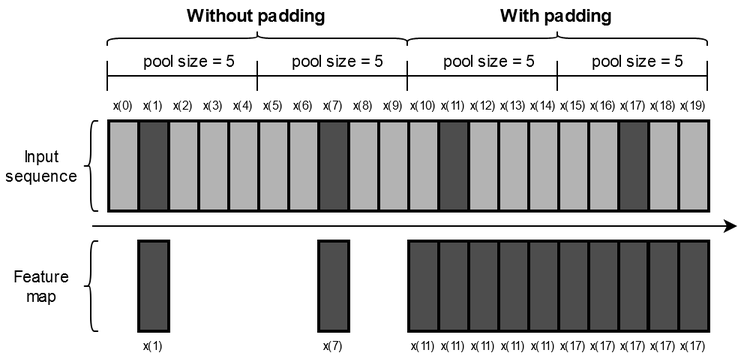
Above: Images/maxpooling.png in tomasbogalho/Tom-s-Bogalho-MSc-Thesis-New (draw.io), before the change. Source tidied: cells renumbered, new cells last; positions are measured from the earlier drawing's top-left corner, leaving out a move shared by most shapes.
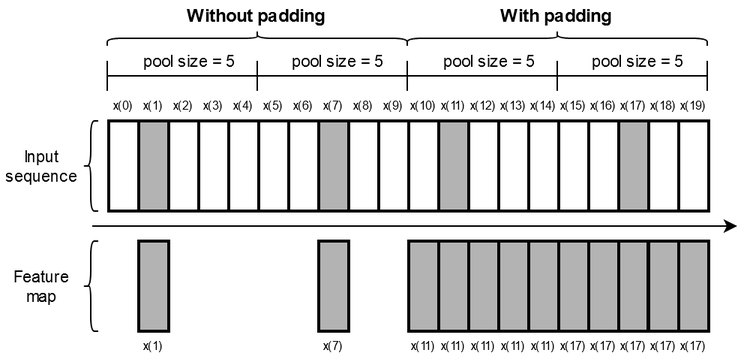
Later version of the same file.

The edit, as a diff of the source:
```diff
@@ -2,40 +2,40 @@
   <root>
     <mxCell id="0" />
     <mxCell id="1" parent="0" />
-    <mxCell id="2" style="rounded=0;whiteSpace=wrap;html=1;strokeWidth=2;fontColor=#333333;fillColor=#B3B3B3;" parent="1" vertex="1">
+    <mxCell id="2" style="rounded=0;whiteSpace=wrap;html=1;strokeWidth=2;fontColor=#333333;fillColor=none;" parent="1" vertex="1">
       <mxGeometry x="132" y="80" width="20" height="60" as="geometry" />
     </mxCell>
-    <mxCell id="3" style="rounded=0;whiteSpace=wrap;html=1;strokeWidth=2;fontColor=#333333;fillColor=#B3B3B3;" parent="1" vertex="1">
+    <mxCell id="3" style="rounded=0;whiteSpace=wrap;html=1;strokeWidth=2;fontColor=#333333;fillColor=none;" parent="1" vertex="1">
       <mxGeometry x="152" y="80" width="20" height="60" as="geometry" />
     </mxCell>
-    <mxCell id="4" style="rounded=0;whiteSpace=wrap;html=1;strokeWidth=2;fontColor=#333333;fillColor=#B3B3B3;" parent="1" vertex="1">
+    <mxCell id="4" style="rounded=0;whiteSpace=wrap;html=1;strokeWidth=2;fontColor=#333333;fillColor=none;" parent="1" vertex="1">
       <mxGeometry x="172" y="80" width="20" height="60" as="geometry" />
     </mxCell>
-    <mxCell id="5" style="rounded=0;whiteSpace=wrap;html=1;strokeWidth=2;fontColor=#333333;fillColor=#B3B3B3;" parent="1" vertex="1">
+    <mxCell id="5" style="rounded=0;whiteSpace=wrap;html=1;strokeWidth=2;fontColor=#333333;fillColor=none;" parent="1" vertex="1">
       <mxGeometry x="192" y="80" width="20" height="60" as="geometry" />
     </mxCell>
-    <mxCell id="6" style="rounded=0;whiteSpace=wrap;html=1;strokeWidth=2;fillColor=#4D4D4D;" parent="1" vertex="1">
+    <mxCell id="6" style="rounded=0;whiteSpace=wrap;html=1;strokeWidth=2;fillColor=#B3B3B3;" parent="1" vertex="1">
       <mxGeometry x="212" y="80" width="20" height="60" as="geometry" />
     </mxCell>
-    <mxCell id="7" style="rounded=0;whiteSpace=wrap;html=1;strokeWidth=2;fillColor=#B3B3B3;" parent="1" vertex="1">
+    <mxCell id="7" style="rounded=0;whiteSpace=wrap;html=1;strokeWidth=2;fillColor=none;" parent="1" vertex="1">
       <mxGeometry x="232" y="80" width="20" height="60" as="geometry" />
     </mxCell>
-    <mxCell id="8" style="rounded=0;whiteSpace=wrap;html=1;strokeWidth=2;fillColor=#B3B3B3;" parent="1" vertex="1">
+    <mxCell id="8" style="rounded=0;whiteSpace=wrap;html=1;strokeWidth=2;fillColor=none;" parent="1" vertex="1">
       <mxGeometry x="252" y="80" width="20" height="60" as="geometry" />
     </mxCell>
-    <mxCell id="9" style="rounded=0;whiteSpace=wrap;html=1;strokeWidth=2;fillColor=#4D4D4D;" parent="1" vertex="1">
+    <mxCell id="9" style="rounded=0;whiteSpace=wrap;html=1;strokeWidth=2;fillColor=#B3B3B3;" parent="1" vertex="1">
       <mxGeometry x="92" y="160" width="20" height="60" as="geometry" />
     </mxCell>
-    <mxCell id="10" style="rounded=0;whiteSpace=wrap;html=1;strokeWidth=2;fillColor=#4D4D4D;" parent="1" vertex="1">
+    <mxCell id="10" style="rounded=0;whiteSpace=wrap;html=1;strokeWidth=2;fillColor=#B3B3B3;" parent="1" vertex="1">
       <mxGeometry x="212" y="160" width="20" height="60" as="geometry" />
     </mxCell>
-    <mxCell id="11" style="rounded=0;whiteSpace=wrap;html=1;strokeWidth=2;fillColor=#B3B3B3;" parent="1" vertex="1">
+    <mxCell id="11" style="rounded=0;whiteSpace=wrap;html=1;strokeWidth=2;fillColor=none;" parent="1" vertex="1">
       <mxGeometry x="72" y="80" width="20" height="60" as="geometry" />
     </mxCell>
-    <mxCell id="12" style="rounded=0;whiteSpace=wrap;html=1;strokeWidth=2;fillColor=#4D4D4D;" parent="1" vertex="1">
+    <mxCell id="12" style="rounded=0;whiteSpace=wrap;html=1;strokeWidth=2;fillColor=#B3B3B3;" parent="1" vertex="1">
       <mxGeometry x="92" y="80" width="20" height="60" as="geometry" />
     </mxCell>
-    <mxCell id="13" style="rounded=0;whiteSpace=wrap;html=1;strokeWidth=2;fontColor=#333333;fillColor=#B3B3B3;" parent="1" vertex="1">
+    <mxCell id="13" style="rounded=0;whiteSpace=wrap;html=1;strokeWidth=2;fontColor=#333333;fillColor=none;" parent="1" vertex="1">
       <mxGeometry x="112" y="80" width="20" height="60" as="geometry" />
     </mxCell>
     <mxCell id="14" value="&lt;font style=&quot;font-size: 8px;&quot;&gt;x(0)&lt;/font&gt;" style="text;html=1;strokeColor=none;fillColor=none;align=center;verticalAlign=middle;whiteSpace=wrap;rounded=0;dashed=1;fontSize=8;" parent="1" vertex="1">
@@ -104,40 +104,40 @@
     <mxCell id="34" value="pool size = 5" style="text;html=1;strokeColor=none;fillColor=none;align=center;verticalAlign=middle;whiteSpace=wrap;rounded=0;fontSize=11;" parent="1" vertex="1">
       <mxGeometry x="180" y="30" width="90" height="20" as="geometry" />
     </mxCell>
-    <mxCell id="35" style="rounded=0;whiteSpace=wrap;html=1;strokeWidth=2;fontColor=#333333;fillColor=#B3B3B3;" parent="1" vertex="1">
+    <mxCell id="35" style="rounded=0;whiteSpace=wrap;html=1;strokeWidth=2;fontColor=#333333;fillColor=none;" parent="1" vertex="1">
       <mxGeometry x="332" y="80" width="20" height="60" as="geometry" />
     </mxCell>
-    <mxCell id="36" style="rounded=0;whiteSpace=wrap;html=1;strokeWidth=2;fontColor=#333333;fillColor=#B3B3B3;" parent="1" vertex="1">
+    <mxCell id="36" style="rounded=0;whiteSpace=wrap;html=1;strokeWidth=2;fontColor=#333333;fillColor=none;" parent="1" vertex="1">
       <mxGeometry x="352" y="80" width="20" height="60" as="geometry" />
     </mxCell>
-    <mxCell id="37" style="rounded=0;whiteSpace=wrap;html=1;strokeWidth=2;fontColor=#333333;fillColor=#B3B3B3;" parent="1" vertex="1">
+    <mxCell id="37" style="rounded=0;whiteSpace=wrap;html=1;strokeWidth=2;fontColor=#333333;fillColor=none;" parent="1" vertex="1">
       <mxGeometry x="372" y="80" width="20" height="60" as="geometry" />
     </mxCell>
-    <mxCell id="38" style="rounded=0;whiteSpace=wrap;html=1;strokeWidth=2;fontColor=#333333;fillColor=#B3B3B3;" parent="1" vertex="1">
+    <mxCell id="38" style="rounded=0;whiteSpace=wrap;html=1;strokeWidth=2;fontColor=#333333;fillColor=none;" parent="1" vertex="1">
       <mxGeometry x="392" y="80" width="20" height="60" as="geometry" />
     </mxCell>
-    <mxCell id="39" style="rounded=0;whiteSpace=wrap;html=1;strokeWidth=2;fillColor=#4D4D4D;" parent="1" vertex="1">
+    <mxCell id="39" style="rounded=0;whiteSpace=wrap;html=1;strokeWidth=2;fillColor=#B3B3B3;" parent="1" vertex="1">
       <mxGeometry x="412" y="80" width="20" height="60" as="geometry" />
     </mxCell>
-    <mxCell id="40" style="rounded=0;whiteSpace=wrap;html=1;strokeWidth=2;fillColor=#B3B3B3;" parent="1" vertex="1">
+    <mxCell id="40" style="rounded=0;whiteSpace=wrap;html=1;strokeWidth=2;fillColor=none;" parent="1" vertex="1">
       <mxGeometry x="432" y="80" width="20" height="60" as="geometry" />
     </mxCell>
-    <mxCell id="41" style="rounded=0;whiteSpace=wrap;html=1;strokeWidth=2;fillColor=#B3B3B3;" parent="1" vertex="1">
+    <mxCell id="41" style="rounded=0;whiteSpace=wrap;html=1;strokeWidth=2;fillColor=none;" parent="1" vertex="1">
       <mxGeometry x="452" y="80" width="20" height="60" as="geometry" />
     </mxCell>
-    <mxCell id="42" style="rounded=0;whiteSpace=wrap;html=1;strokeWidth=2;fillColor=#4D4D4D;" parent="1" vertex="1">
+    <mxCell id="42" style="rounded=0;whiteSpace=wrap;html=1;strokeWidth=2;fillColor=#B3B3B3;" parent="1" vertex="1">
       <mxGeometry x="292" y="160" width="20" height="60" as="geometry" />
     </mxCell>
-    <mxCell id="43" style="rounded=0;whiteSpace=wrap;html=1;strokeWidth=2;fillColor=#4D4D4D;" parent="1" vertex="1">
+    <mxCell id="43" style="rounded=0;whiteSpace=wrap;html=1;strokeWidth=2;fillColor=#B3B3B3;" parent="1" vertex="1">
       <mxGeometry x="452" y="160" width="20" height="60" as="geometry" />
     </mxCell>
-    <mxCell id="44" style="rounded=0;whiteSpace=wrap;html=1;strokeWidth=2;fillColor=#B3B3B3;" parent="1" vertex="1">
+    <mxCell id="44" style="rounded=0;whiteSpace=wrap;html=1;strokeWidth=2;fillColor=none;" parent="1" vertex="1">
       <mxGeometry x="272" y="80" width="20" height="60" as="geometry" />
     </mxCell>
-    <mxCell id="45" style="rounded=0;whiteSpace=wrap;html=1;strokeWidth=2;fillColor=#4D4D4D;" parent="1" vertex="1">
+    <mxCell id="45" style="rounded=0;whiteSpace=wrap;html=1;strokeWidth=2;fillColor=#B3B3B3;" parent="1" vertex="1">
       <mxGeometry x="292" y="80" width="20" height="60" as="geometry" />
     </mxCell>
-    <mxCell id="46" style="rounded=0;whiteSpace=wrap;html=1;strokeWidth=2;fontColor=#333333;fillColor=#B3B3B3;" parent="1" vertex="1">
+    <mxCell id="46" style="rounded=0;whiteSpace=wrap;html=1;strokeWidth=2;fontColor=#333333;fillColor=none;" parent="1" vertex="1">
       <mxGeometry x="312" y="80" width="20" height="60" as="geometry" />
     </mxCell>
     <mxCell id="47" style="shape=crossbar;whiteSpace=wrap;html=1;rounded=1;fillColor=#000000;" parent="1" vertex="1">
@@ -158,40 +158,40 @@
     <mxCell id="52" value="pool size = 5" style="text;html=1;strokeColor=none;fillColor=none;align=center;verticalAlign=middle;whiteSpace=wrap;rounded=0;fontSize=11;" parent="1" vertex="1">
       <mxGeometry x="380" y="30" width="90" height="20" as="geometry" />
     </mxCell>
-    <mxCell id="53" style="rounded=0;whiteSpace=wrap;html=1;strokeWidth=2;fillColor=#4D4D4D;" parent="1" vertex="1">
+    <mxCell id="53" style="rounded=0;whiteSpace=wrap;html=1;strokeWidth=2;fillColor=#B3B3B3;" parent="1" vertex="1">
       <mxGeometry x="272" y="160" width="20" height="60" as="geometry" />
     </mxCell>
     <mxCell id="54" value="&lt;font style=&quot;font-size: 8px&quot;&gt;x(11)&lt;/font&gt;" style="text;html=1;strokeColor=none;fillColor=none;align=center;verticalAlign=middle;whiteSpace=wrap;rounded=0;dashed=1;fontSize=8;" parent="1" vertex="1">
       <mxGeometry x="272" y="220" width="20" height="20" as="geometry" />
     </mxCell>
-    <mxCell id="55" style="rounded=0;whiteSpace=wrap;html=1;strokeWidth=2;fillColor=#4D4D4D;" parent="1" vertex="1">
+    <mxCell id="55" style="rounded=0;whiteSpace=wrap;html=1;strokeWidth=2;fillColor=#B3B3B3;" parent="1" vertex="1">
       <mxGeometry x="312" y="160" width="20" height="60" as="geometry" />
     </mxCell>
     <mxCell id="56" value="&lt;font style=&quot;font-size: 8px&quot;&gt;x(11)&lt;/font&gt;" style="text;html=1;strokeColor=none;fillColor=none;align=center;verticalAlign=middle;whiteSpace=wrap;rounded=0;dashed=1;fontSize=8;" parent="1" vertex="1">
       <mxGeometry x="312" y="220" width="20" height="20" as="geometry" />
     </mxCell>
-    <mxCell id="57" style="rounded=0;whiteSpace=wrap;html=1;strokeWidth=2;fillColor=#4D4D4D;" parent="1" vertex="1">
+    <mxCell id="57" style="rounded=0;whiteSpace=wrap;html=1;strokeWidth=2;fillColor=#B3B3B3;" parent="1" vertex="1">
       <mxGeometry x="332" y="160" width="20" height="60" as="geometry" />
     </mxCell>
     <mxCell id="58" value="&lt;font style=&quot;font-size: 8px&quot;&gt;x(11)&lt;/font&gt;" style="text;html=1;strokeColor=none;fillColor=none;align=center;verticalAlign=middle;whiteSpace=wrap;rounded=0;dashed=1;fontSize=8;" parent="1" vertex="1">
       <mxGeometry x="332" y="220" width="20" height="20" as="geometry" />
     </mxCell>
-    <mxCell id="59" style="rounded=0;whiteSpace=wrap;html=1;strokeWidth=2;fillColor=#4D4D4D;" parent="1" vertex="1">
+    <mxCell id="59" style="rounded=0;whiteSpace=wrap;html=1;strokeWidth=2;fillColor=#B3B3B3;" parent="1" vertex="1">
       <mxGeometry x="352" y="160" width="20" height="60" as="geometry" />
     </mxCell>
     <mxCell id="60" value="&lt;font style=&quot;font-size: 8px&quot;&gt;x(11)&lt;/font&gt;" style="text;html=1;strokeColor=none;fillColor=none;align=center;verticalAlign=middle;whiteSpace=wrap;rounded=0;dashed=1;fontSize=8;" parent="1" vertex="1">
       <mxGeometry x="352" y="220" width="20" height="20" as="geometry" />
     </mxCell>
-    <mxCell id="61" style="rounded=0;whiteSpace=wrap;html=1;strokeWidth=2;fillColor=#4D4D4D;" parent="1" vertex="1">
+    <mxCell id="61" style="rounded=0;whiteSpace=wrap;html=1;strokeWidth=2;fillColor=#B3B3B3;" parent="1" vertex="1">
       <mxGeometry x="432" y="160" width="20" height="60" as="geometry" />
     </mxCell>
-    <mxCell id="62" style="rounded=0;whiteSpace=wrap;html=1;strokeWidth=2;fillColor=#4D4D4D;" parent="1" vertex="1">
+    <mxCell id="62" style="rounded=0;whiteSpace=wrap;html=1;strokeWidth=2;fillColor=#B3B3B3;" parent="1" vertex="1">
       <mxGeometry x="411.5" y="160" width="20" height="60" as="geometry" />
     </mxCell>
-    <mxCell id="63" style="rounded=0;whiteSpace=wrap;html=1;strokeWidth=2;fillColor=#4D4D4D;" parent="1" vertex="1">
+    <mxCell id="63" style="rounded=0;whiteSpace=wrap;html=1;strokeWidth=2;fillColor=#B3B3B3;" parent="1" vertex="1">
       <mxGeometry x="392" y="160" width="20" height="60" as="geometry" />
     </mxCell>
-    <mxCell id="64" style="rounded=0;whiteSpace=wrap;html=1;strokeWidth=2;fillColor=#4D4D4D;" parent="1" vertex="1">
+    <mxCell id="64" style="rounded=0;whiteSpace=wrap;html=1;strokeWidth=2;fillColor=#B3B3B3;" parent="1" vertex="1">
       <mxGeometry x="372" y="160" width="20" height="60" as="geometry" />
     </mxCell>
     <mxCell id="65" value="&lt;font style=&quot;font-size: 8px&quot;&gt;x(17)&lt;/font&gt;" style="text;html=1;strokeColor=none;fillColor=none;align=center;verticalAlign=middle;whiteSpace=wrap;rounded=0;dashed=1;fontSize=8;" parent="1" vertex="1">
```
